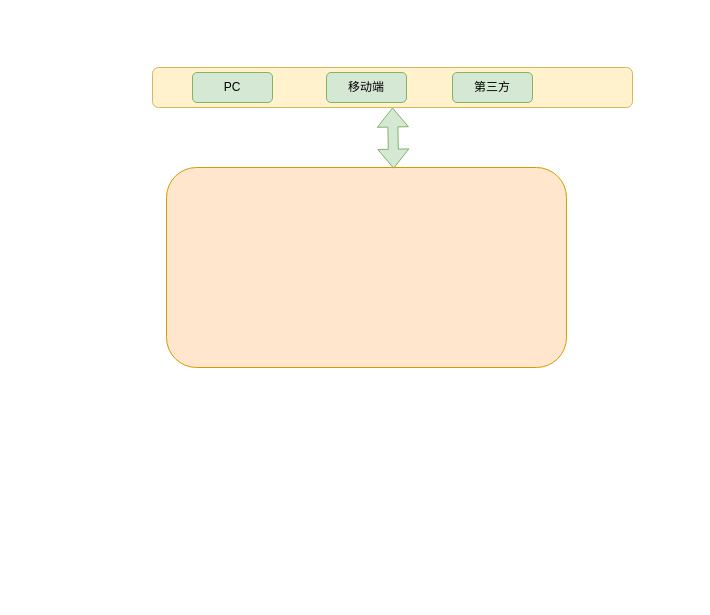
The draw.io diagram 基础架构.drawio in janzhou123/mydraw, before the edit. Source tidied: cells renumbered, new cells numbered last; positions are measured from the earlier drawing's top-left corner, leaving out a move shared by most shapes. Both pictures are drawn from the tidied source at 100%, with x=0, y=0 at pixel (152, 67).
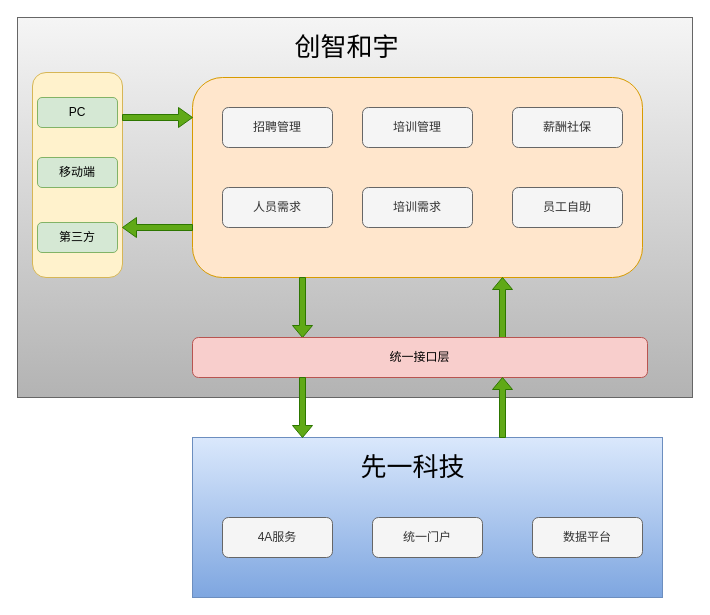
Above is the later version.

The edit, as a diff of the source:
```diff
@@
+    <mxCell id="8" style="rounded=0;whiteSpace=wrap;html=1;gradientColor=#b3b3b3;fillColor=#f5f5f5;strokeColor=#666666;" parent="1" vertex="1">
+      <mxGeometry x="-135" y="-50" width="675" height="380" as="geometry" />
+    </mxCell>
     <mxCell id="2" style="rounded=1;whiteSpace=wrap;html=1;fillColor=#fff2cc;strokeColor=#d6b656;" parent="1" vertex="1">
-      <mxGeometry width="480" height="40" as="geometry" />
+      <mxGeometry x="-120" y="5" width="90" height="205" as="geometry" />
     </mxCell>
     <mxCell id="3" value="PC" style="rounded=1;whiteSpace=wrap;html=1;fillColor=#d5e8d4;strokeColor=#82b366;" parent="1" vertex="1">
-      <mxGeometry x="40" y="5" width="80" height="30" as="geometry" />
+      <mxGeometry x="-115" y="30" width="80" height="30" as="geometry" />
     </mxCell>
     <mxCell id="4" value="移动端" style="rounded=1;whiteSpace=wrap;html=1;fillColor=#d5e8d4;strokeColor=#82b366;" parent="1" vertex="1">
-      <mxGeometry x="174" y="5" width="80" height="30" as="geometry" />
+      <mxGeometry x="-115" y="90" width="80" height="30" as="geometry" />
     </mxCell>
     <mxCell id="5" value="第三方" style="rounded=1;whiteSpace=wrap;html=1;fillColor=#d5e8d4;strokeColor=#82b366;" parent="1" vertex="1">
-      <mxGeometry x="300" y="5" width="80" height="30" as="geometry" />
+      <mxGeometry x="-115" y="155" width="80" height="30" as="geometry" />
     </mxCell>
-    <mxCell id="6" style="rounded=1;whiteSpace=wrap;html=1;fillColor=#ffe6cc;strokeColor=#d79b00;" parent="1" vertex="1">
-      <mxGeometry x="14" y="100" width="400" height="200" as="geometry" />
+    <mxCell id="6" style="rounded=1;whiteSpace=wrap;html=1;fillColor=#ffe6cc;strokeColor=#d79b00;align=left;" parent="1" vertex="1">
+      <mxGeometry x="40" y="10" width="450" height="200" as="geometry" />
     </mxCell>
-    <mxCell id="7" style="shape=flexArrow;endArrow=classic;startArrow=classic;html=1;entryX=0.5;entryY=1;entryDx=0;entryDy=0;exitX=0.568;exitY=0.006;exitDx=0;exitDy=0;exitPerimeter=0;fillColor=#d5e8d4;strokeColor=#82b366;" parent="1" edge="1" source="6" target="2">
-      <mxGeometry relative="1" as="geometry" />
-    </mxCell>
+    <mxCell id="9" style="shape=singleArrow;direction=south;whiteSpace=wrap;html=1;fillColor=#60a917;strokeColor=#2D7600;fontColor=#ffffff;" parent="1" vertex="1">
+      <mxGeometry x="140" y="210" width="20" height="60" as="geometry" />
+    </mxCell>
+    <mxCell id="10" style="shape=singleArrow;direction=north;whiteSpace=wrap;html=1;fillColor=#60a917;strokeColor=#2D7600;fontColor=#ffffff;" parent="1" vertex="1">
+      <mxGeometry x="340" y="210" width="20" height="60" as="geometry" />
+    </mxCell>
+    <mxCell id="11" value="统一接口层" style="rounded=1;whiteSpace=wrap;html=1;fillColor=#f8cecc;strokeColor=#b85450;" parent="1" vertex="1">
+      <mxGeometry x="40" y="270" width="455" height="40" as="geometry" />
+    </mxCell>
+    <mxCell id="12" style="rounded=0;whiteSpace=wrap;html=1;fillColor=#dae8fc;strokeColor=#6c8ebf;gradientColor=#7ea6e0;" parent="1" vertex="1">
+      <mxGeometry x="40" y="370" width="470" height="160" as="geometry" />
+    </mxCell>
+    <mxCell id="13" value="招聘管理" style="rounded=1;whiteSpace=wrap;html=1;fillColor=#f5f5f5;strokeColor=#666666;fontColor=#333333;" parent="1" vertex="1">
+      <mxGeometry x="70" y="40" width="110" height="40" as="geometry" />
+    </mxCell>
+    <mxCell id="14" value="培训管理" style="rounded=1;whiteSpace=wrap;html=1;fillColor=#f5f5f5;strokeColor=#666666;fontColor=#333333;" parent="1" vertex="1">
+      <mxGeometry x="210" y="40" width="110" height="40" as="geometry" />
+    </mxCell>
+    <mxCell id="15" value="薪酬社保" style="rounded=1;whiteSpace=wrap;html=1;fillColor=#f5f5f5;strokeColor=#666666;fontColor=#333333;" parent="1" vertex="1">
+      <mxGeometry x="360" y="40" width="110" height="40" as="geometry" />
+    </mxCell>
+    <mxCell id="16" value="人员需求" style="rounded=1;whiteSpace=wrap;html=1;fillColor=#f5f5f5;strokeColor=#666666;fontColor=#333333;" parent="1" vertex="1">
+      <mxGeometry x="70" y="120" width="110" height="40" as="geometry" />
+    </mxCell>
+    <mxCell id="17" value="培训需求" style="rounded=1;whiteSpace=wrap;html=1;fillColor=#f5f5f5;strokeColor=#666666;fontColor=#333333;" parent="1" vertex="1">
+      <mxGeometry x="210" y="120" width="110" height="40" as="geometry" />
+    </mxCell>
+    <mxCell id="18" value="员工自助" style="rounded=1;whiteSpace=wrap;html=1;fillColor=#f5f5f5;strokeColor=#666666;fontColor=#333333;" parent="1" vertex="1">
+      <mxGeometry x="360" y="120" width="110" height="40" as="geometry" />
+    </mxCell>
+    <mxCell id="19" style="shape=singleArrow;direction=west;whiteSpace=wrap;html=1;fillColor=#60a917;strokeColor=#2D7600;fontColor=#ffffff;" parent="1" vertex="1">
+      <mxGeometry x="-30" y="150" width="70" height="20" as="geometry" />
+    </mxCell>
+    <mxCell id="20" style="shape=singleArrow;whiteSpace=wrap;html=1;fillColor=#60a917;strokeColor=#2D7600;fontColor=#ffffff;" parent="1" vertex="1">
+      <mxGeometry x="-30" y="40" width="70" height="20" as="geometry" />
+    </mxCell>
+    <mxCell id="21" style="shape=singleArrow;direction=south;whiteSpace=wrap;html=1;fillColor=#60a917;strokeColor=#2D7600;fontColor=#ffffff;" parent="1" vertex="1">
+      <mxGeometry x="140" y="310" width="20" height="60" as="geometry" />
+    </mxCell>
+    <mxCell id="22" style="shape=singleArrow;direction=north;whiteSpace=wrap;html=1;fillColor=#60a917;strokeColor=#2D7600;fontColor=#ffffff;" parent="1" vertex="1">
+      <mxGeometry x="340" y="310" width="20" height="60" as="geometry" />
+    </mxCell>
+    <mxCell id="23" value="创智和宇" style="text;html=1;align=center;verticalAlign=middle;fontSize=26;" parent="1" vertex="1">
+      <mxGeometry x="134" y="-40" width="120" height="40" as="geometry" />
+    </mxCell>
+    <mxCell id="24" value="4A服务" style="rounded=1;whiteSpace=wrap;html=1;fillColor=#f5f5f5;strokeColor=#666666;fontColor=#333333;" parent="1" vertex="1">
+      <mxGeometry x="70" y="450" width="110" height="40" as="geometry" />
+    </mxCell>
+    <mxCell id="25" value="统一门户" style="rounded=1;whiteSpace=wrap;html=1;fillColor=#f5f5f5;strokeColor=#666666;fontColor=#333333;" parent="1" vertex="1">
+      <mxGeometry x="220" y="450" width="110" height="40" as="geometry" />
+    </mxCell>
+    <mxCell id="26" value="数据平台" style="rounded=1;whiteSpace=wrap;html=1;fillColor=#f5f5f5;strokeColor=#666666;fontColor=#333333;" parent="1" vertex="1">
+      <mxGeometry x="380" y="450" width="110" height="40" as="geometry" />
+    </mxCell>
+    <mxCell id="27" value="先一科技" style="text;html=1;align=center;verticalAlign=middle;fontSize=26;" parent="1" vertex="1">
+      <mxGeometry x="200" y="380" width="120" height="40" as="geometry" />
+    </mxCell>
```
